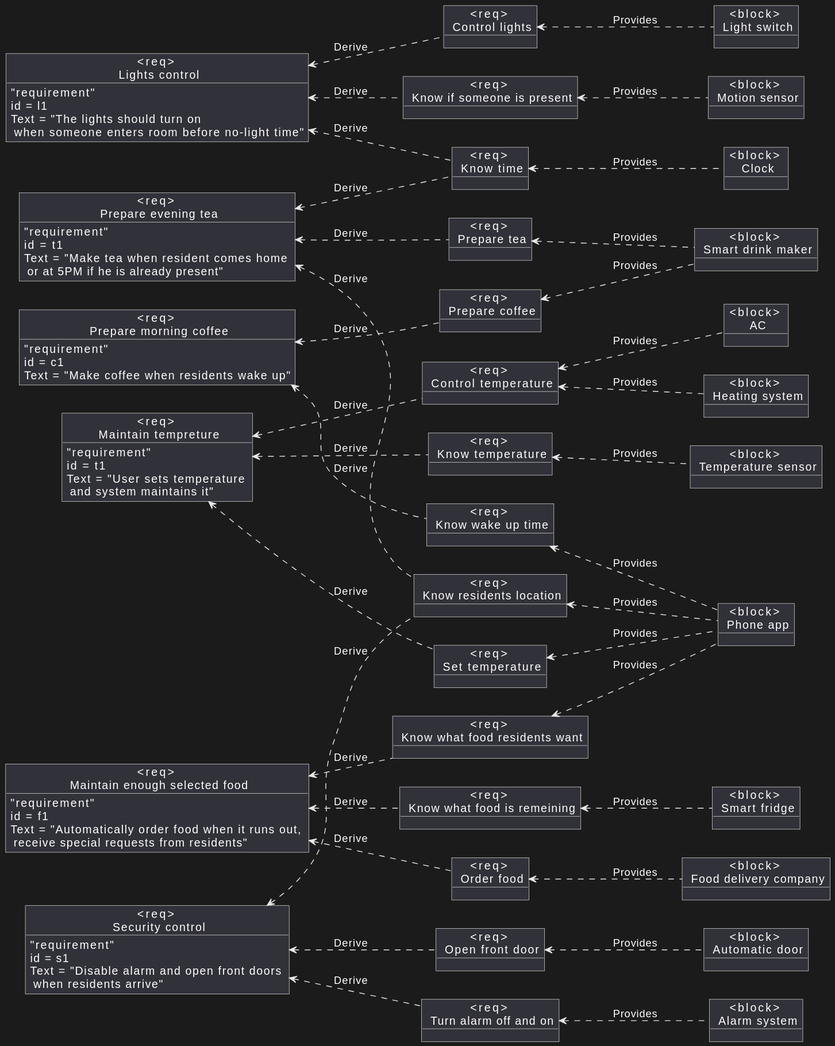
This is system-engi/lab/lab-3-07.03.2023/assets/req-diagram.svg from kiIIer/kpi-4, a PlantUML export, as it was before one commit.
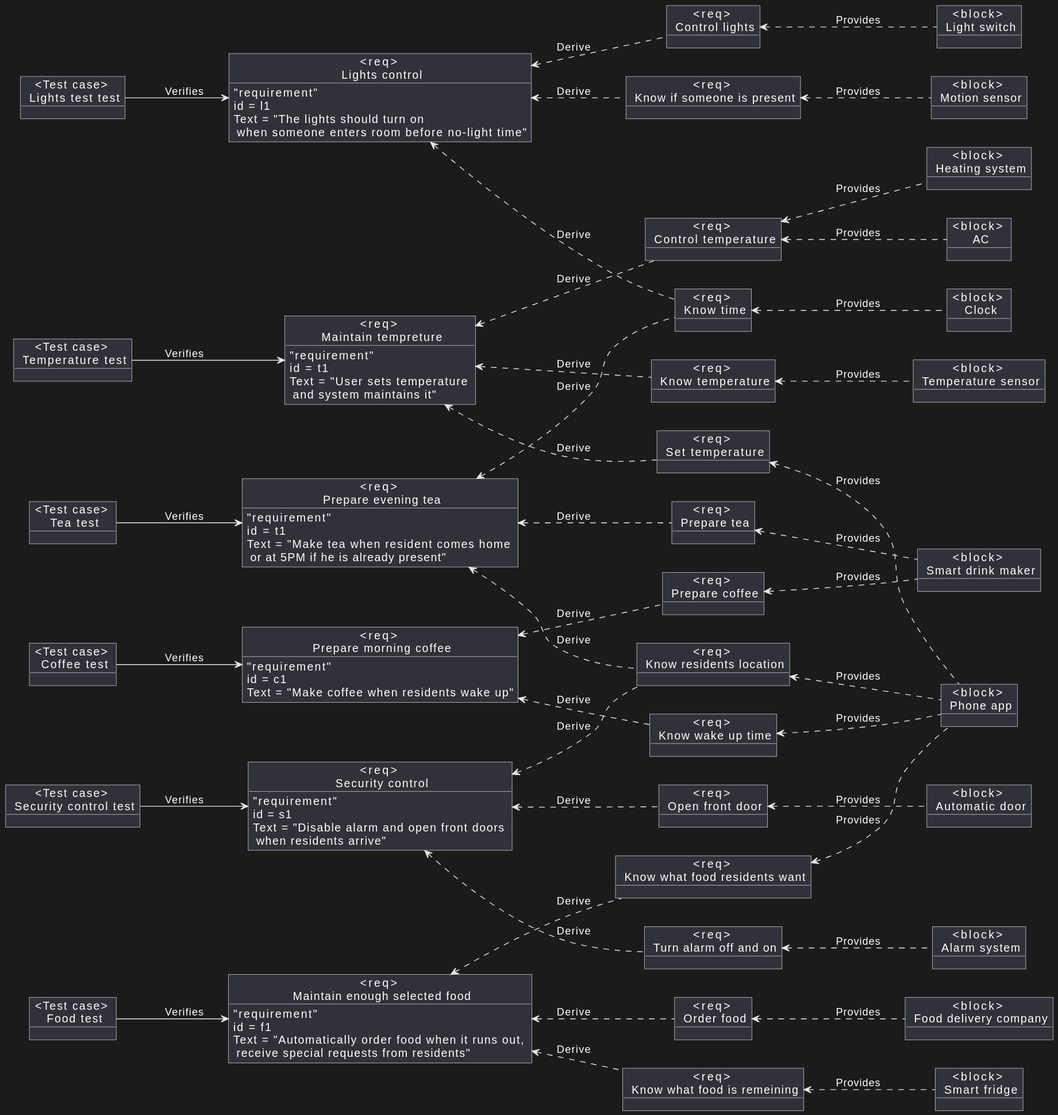
Above is the later version.

Diff of the diagram source:
```diff
@@ -127,4 +127,18 @@
 
 food <.. fr3 : Derive
 fr3 <.. foodD : Provides
+
+object "<Test case> \n Security control test" as t1
+object "<Test case> \n Food test" as t2
+object "<Test case> \n Coffee test" as t3
+object "<Test case> \n Tea test" as t4
+object "<Test case> \n Temperature test" as t5
+object "<Test case> \n Lights test test" as t6
+
+t6 -->  light: Verifies
+t5 -->  temperature: Verifies
+t4 -->  tea: Verifies
+t3 -->  coffee: Verifies
+t2 -->  food: Verifies
+t1 -->  security: Verifies
 @enduml
```
